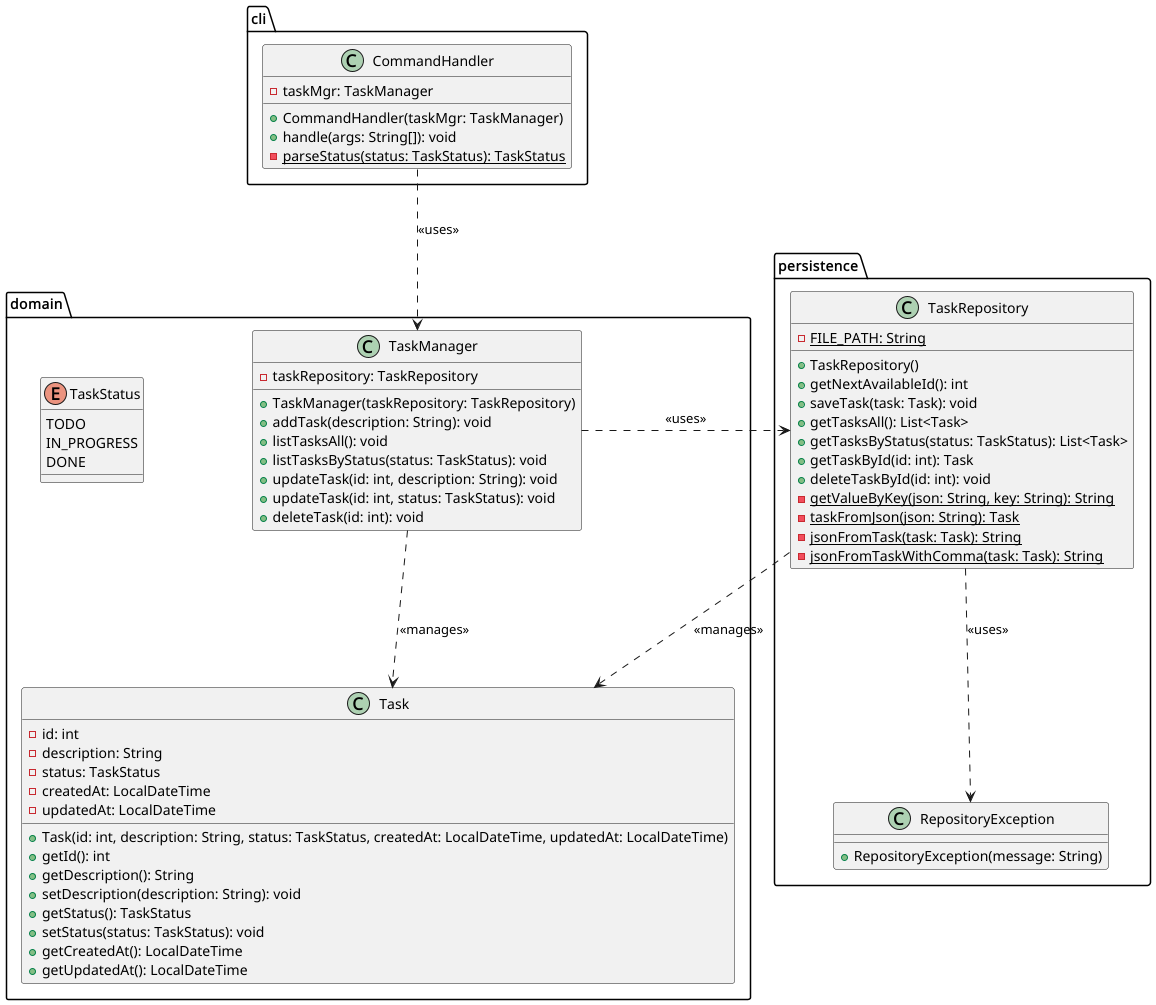
This is uml/uml.png from mmistika/task-cli, a PlantUML export, as it was before one commit.
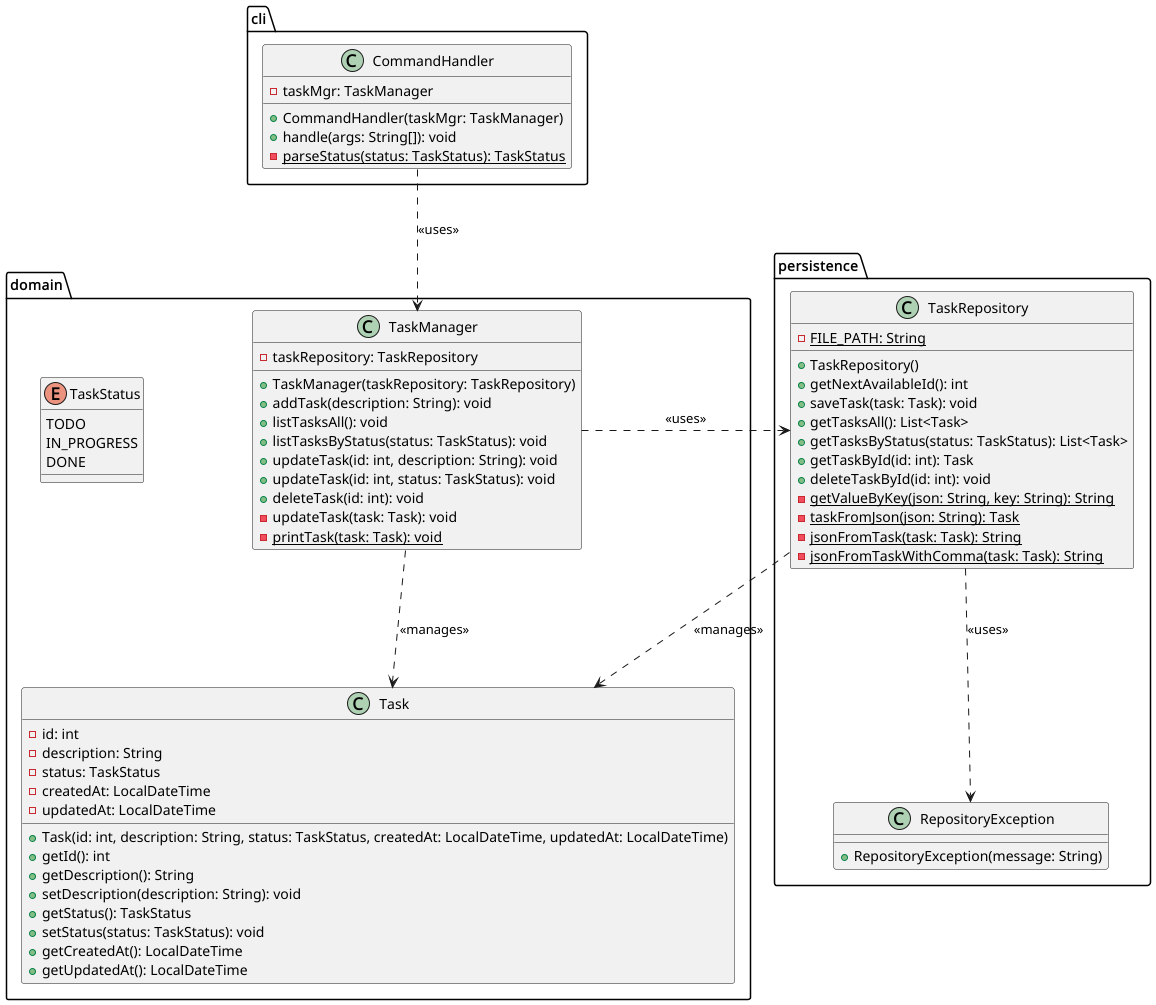
The same file after the commit.

Commit message:
docs: add helper methods to the TaskManager

Change to the diagram source:
```diff
@@ -44,6 +44,8 @@
         + updateTask(id: int, description: String): void
         + updateTask(id: int, status: TaskStatus): void
         + deleteTask(id: int): void
+        - updateTask(task: Task): void
+        - {static} printTask(task: Task): void
     }
 }
 
```
